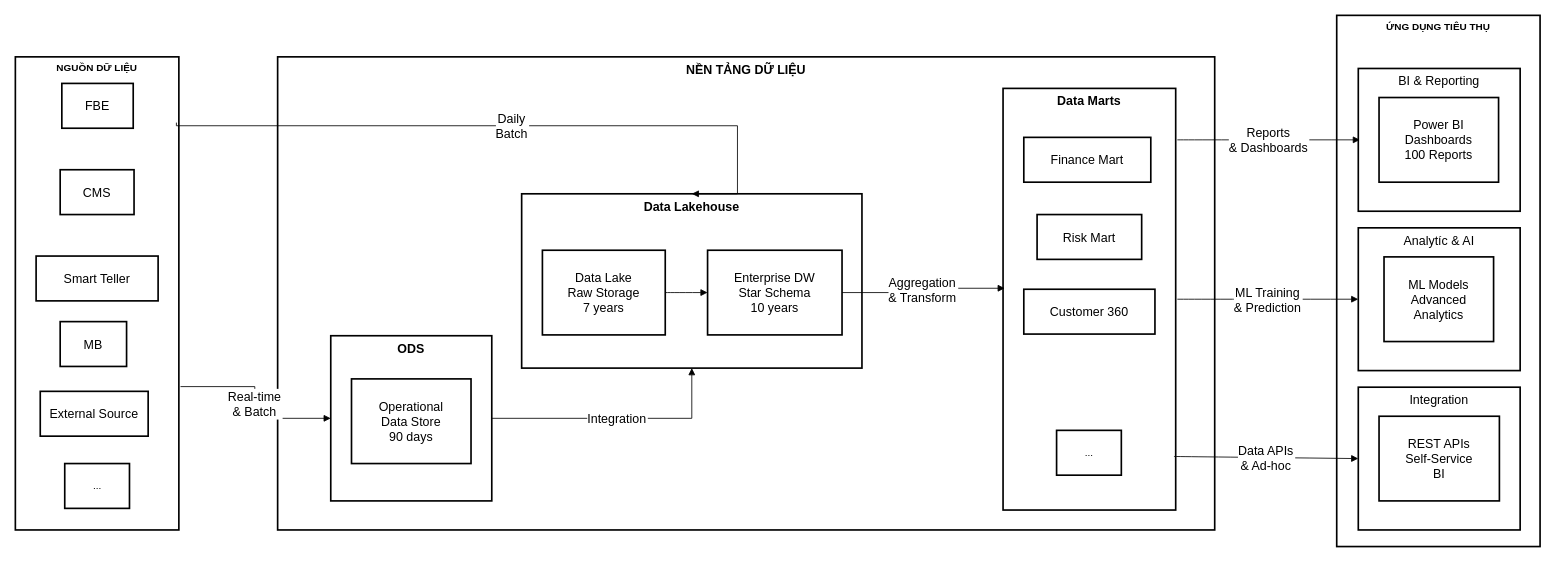
Above: Data Architechture.drawio in uyennt01/Project1 (draw.io), before the change. Source tidied: cells renumbered, new cells numbered last; positions are measured from the earlier drawing's top-left corner, leaving out a move shared by most shapes. Both pictures are drawn from the tidied source at 83%, with x=0, y=0 at pixel (15, 15).
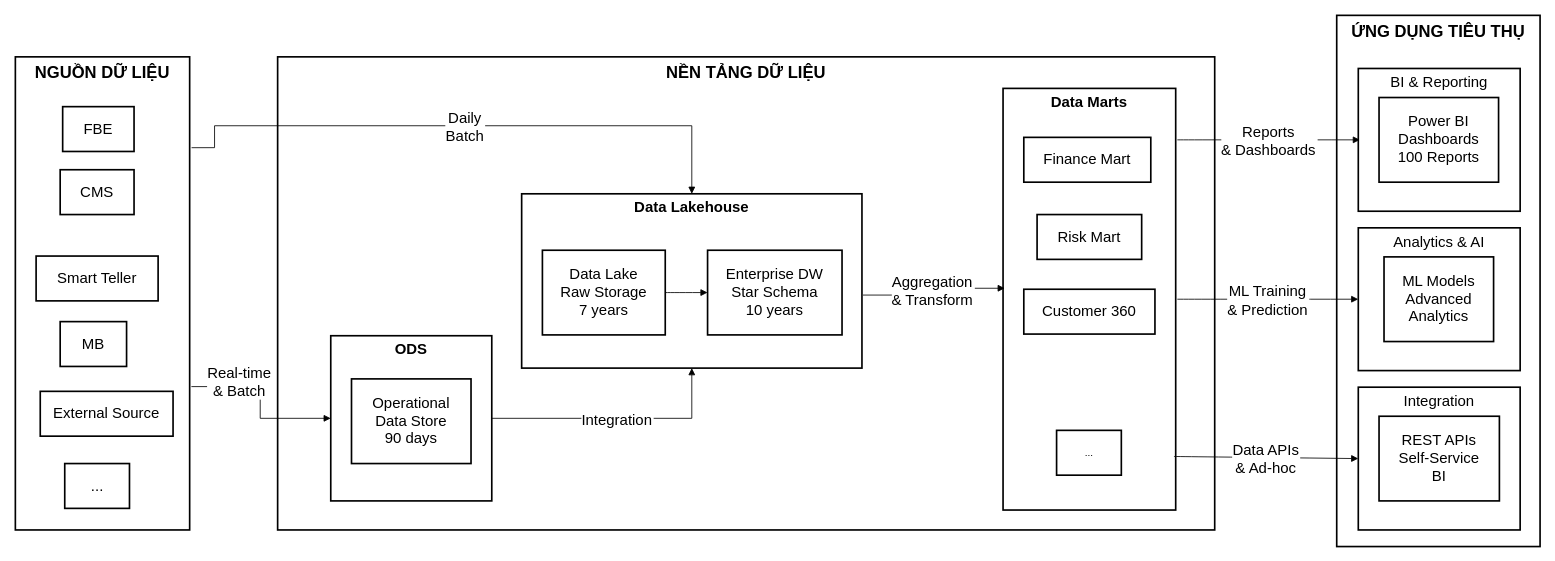
The same diagram, later.

Diff of the diagram source:
```diff
@@
-    <mxCell id="2" value="ỨNG DỤNG TIÊU THỤ" style="whiteSpace=wrap;strokeWidth=2;verticalAlign=top;fontStyle=1;" parent="1" vertex="1">
+    <mxCell id="2" value="ỨNG DỤNG TIÊU THỤ" style="whiteSpace=wrap;strokeWidth=2;verticalAlign=top;fontStyle=1;fontSize=20;" parent="1" vertex="1">
       <mxGeometry x="1592" width="245" height="640" as="geometry" />
     </mxCell>
-    <mxCell id="3" value="BI &amp; Reporting" style="whiteSpace=wrap;strokeWidth=2;verticalAlign=top;fontSize=15;" parent="1" vertex="1">
+    <mxCell id="3" value="BI &amp; Reporting" style="whiteSpace=wrap;strokeWidth=2;verticalAlign=top;fontSize=18;" parent="1" vertex="1">
       <mxGeometry x="1618" y="64" width="195" height="172" as="geometry" />
     </mxCell>
-    <mxCell id="4" value="Analytíc &amp; AI" style="whiteSpace=wrap;strokeWidth=2;verticalAlign=top;fontSize=15;" parent="1" vertex="1">
+    <mxCell id="4" value="Analytics &amp; AI" style="whiteSpace=wrap;strokeWidth=2;verticalAlign=top;fontSize=18;" parent="1" vertex="1">
       <mxGeometry x="1618" y="256" width="195" height="172" as="geometry" />
     </mxCell>
-    <mxCell id="5" value="Integration" style="whiteSpace=wrap;strokeWidth=2;verticalAlign=top;fontSize=15;" parent="1" vertex="1">
+    <mxCell id="5" value="Integration" style="whiteSpace=wrap;strokeWidth=2;verticalAlign=top;fontSize=18;" parent="1" vertex="1">
       <mxGeometry x="1618" y="448" width="195" height="172" as="geometry" />
     </mxCell>
-    <mxCell id="6" value="NỀN TẢNG DỮ LIỆU" style="whiteSpace=wrap;strokeWidth=2;verticalAlign=top;fontSize=15;fontStyle=1;" parent="1" vertex="1">
+    <mxCell id="6" value="NỀN TẢNG DỮ LIỆU" style="whiteSpace=wrap;strokeWidth=2;verticalAlign=top;fontSize=20;fontStyle=1;" parent="1" vertex="1">
       <mxGeometry x="316" y="50" width="1129" height="570" as="geometry" />
     </mxCell>
-    <mxCell id="7" value="Data Marts" style="whiteSpace=wrap;strokeWidth=2;verticalAlign=top;fontStyle=1;fontSize=15;" parent="1" vertex="1">
+    <mxCell id="7" value="Data Marts" style="whiteSpace=wrap;strokeWidth=2;verticalAlign=top;fontStyle=1;fontSize=18;" parent="1" vertex="1">
       <mxGeometry x="1190" y="88" width="208" height="508" as="geometry" />
     </mxCell>
-    <mxCell id="8" value="Data Lakehouse" style="whiteSpace=wrap;strokeWidth=2;verticalAlign=top;fontSize=15;fontStyle=1;" parent="1" vertex="1">
+    <mxCell id="8" value="Data Lakehouse" style="whiteSpace=wrap;strokeWidth=2;verticalAlign=top;fontSize=18;fontStyle=1;" parent="1" vertex="1">
       <mxGeometry x="610" y="215" width="410" height="210" as="geometry" />
     </mxCell>
-    <mxCell id="9" value="ODS" style="whiteSpace=wrap;strokeWidth=2;verticalAlign=top;fontSize=15;fontStyle=1;" parent="1" vertex="1">
+    <mxCell id="9" value="ODS" style="whiteSpace=wrap;strokeWidth=2;verticalAlign=top;fontSize=18;fontStyle=1;" parent="1" vertex="1">
       <mxGeometry x="380" y="386" width="194" height="199" as="geometry" />
     </mxCell>
-    <mxCell id="10" value="NGUỒN DỮ LIỆU" style="whiteSpace=wrap;strokeWidth=2;fontStyle=1;labelPosition=center;verticalLabelPosition=middle;align=center;verticalAlign=top;" parent="1" vertex="1">
-      <mxGeometry y="50" width="197" height="570" as="geometry" />
+    <mxCell id="10" value="NGUỒN DỮ LIỆU" style="whiteSpace=wrap;strokeWidth=2;fontStyle=1;labelPosition=center;verticalLabelPosition=middle;align=center;verticalAlign=top;fontSize=20;" parent="1" vertex="1">
+      <mxGeometry y="50" width="210" height="570" as="geometry" />
     </mxCell>
-    <mxCell id="11" value="FBE" style="whiteSpace=wrap;strokeWidth=2;fontSize=15;" parent="1" vertex="1">
-      <mxGeometry x="56" y="82" width="86" height="54" as="geometry" />
+    <mxCell id="11" value="FBE" style="whiteSpace=wrap;strokeWidth=2;fontSize=18;" parent="1" vertex="1">
+      <mxGeometry x="57" y="110" width="86" height="54" as="geometry" />
     </mxCell>
-    <mxCell id="12" value="CMS" style="whiteSpace=wrap;strokeWidth=2;fontSize=15;" parent="1" vertex="1">
+    <mxCell id="12" value="CMS" style="whiteSpace=wrap;strokeWidth=2;fontSize=18;" parent="1" vertex="1">
       <mxGeometry x="54" y="186" width="89" height="54" as="geometry" />
     </mxCell>
-    <mxCell id="13" value="Smart Teller" style="whiteSpace=wrap;strokeWidth=2;fontSize=15;" parent="1" vertex="1">
+    <mxCell id="13" value="Smart Teller" style="whiteSpace=wrap;strokeWidth=2;fontSize=18;" parent="1" vertex="1">
       <mxGeometry x="25" y="290" width="147" height="54" as="geometry" />
     </mxCell>
-    <mxCell id="14" value="MB" style="whiteSpace=wrap;strokeWidth=2;fontSize=15;" parent="1" vertex="1">
+    <mxCell id="14" value="MB" style="whiteSpace=wrap;strokeWidth=2;fontSize=18;" parent="1" vertex="1">
       <mxGeometry x="54" y="369" width="80" height="54" as="geometry" />
     </mxCell>
-    <mxCell id="15" value="..." style="whiteSpace=wrap;strokeWidth=2;" parent="1" vertex="1">
+    <mxCell id="15" value="..." style="whiteSpace=wrap;strokeWidth=2;fontSize=18;" parent="1" vertex="1">
       <mxGeometry x="59.5" y="540" width="78" height="54" as="geometry" />
     </mxCell>
-    <mxCell id="16" value="Operational&#10;Data Store&#10;90 days" style="whiteSpace=wrap;strokeWidth=2;fontSize=15;" parent="1" vertex="1">
+    <mxCell id="16" value="Operational&#10;Data Store&#10;90 days" style="whiteSpace=wrap;strokeWidth=2;fontSize=18;" parent="1" vertex="1">
       <mxGeometry x="405" y="438" width="144" height="102" as="geometry" />
     </mxCell>
-    <mxCell id="17" value="Data Lake&#10;Raw Storage&#10;7 years" style="whiteSpace=wrap;strokeWidth=2;fontSize=15;" parent="1" vertex="1">
+    <mxCell id="17" value="Data Lake&#10;Raw Storage&#10;7 years" style="whiteSpace=wrap;strokeWidth=2;fontSize=18;" parent="1" vertex="1">
       <mxGeometry x="635" y="283" width="148" height="102" as="geometry" />
     </mxCell>
-    <mxCell id="18" value="Enterprise DW&#10;Star Schema&#10;10 years" style="whiteSpace=wrap;strokeWidth=2;fontSize=15;" parent="1" vertex="1">
+    <mxCell id="18" value="Enterprise DW&#10;Star Schema&#10;10 years" style="whiteSpace=wrap;strokeWidth=2;fontSize=18;" parent="1" vertex="1">
       <mxGeometry x="834" y="283" width="162" height="102" as="geometry" />
     </mxCell>
-    <mxCell id="19" value="Customer 360" style="whiteSpace=wrap;strokeWidth=2;fontSize=15;" parent="1" vertex="1">
+    <mxCell id="19" value="Customer 360" style="whiteSpace=wrap;strokeWidth=2;fontSize=18;" parent="1" vertex="1">
       <mxGeometry x="1215" y="330" width="158" height="54" as="geometry" />
     </mxCell>
-    <mxCell id="20" value="Risk Mart" style="whiteSpace=wrap;strokeWidth=2;fontSize=15;" parent="1" vertex="1">
+    <mxCell id="20" value="Risk Mart" style="whiteSpace=wrap;strokeWidth=2;fontSize=18;" parent="1" vertex="1">
       <mxGeometry x="1231" y="240" width="126" height="54" as="geometry" />
     </mxCell>
-    <mxCell id="21" value="Finance Mart" style="whiteSpace=wrap;strokeWidth=2;fontSize=15;" parent="1" vertex="1">
+    <mxCell id="21" value="Finance Mart" style="whiteSpace=wrap;strokeWidth=2;fontSize=18;" parent="1" vertex="1">
       <mxGeometry x="1215" y="147" width="153" height="54" as="geometry" />
     </mxCell>
-    <mxCell id="22" value="REST APIs&#10;Self-Service&#10;BI" style="whiteSpace=wrap;strokeWidth=2;fontSize=15;" parent="1" vertex="1">
+    <mxCell id="22" value="REST APIs&#10;Self-Service&#10;BI" style="whiteSpace=wrap;strokeWidth=2;fontSize=18;" parent="1" vertex="1">
       <mxGeometry x="1643" y="483" width="145" height="102" as="geometry" />
     </mxCell>
-    <mxCell id="23" value="ML Models&#10;Advanced&#10;Analytics" style="whiteSpace=wrap;strokeWidth=2;fontSize=15;" parent="1" vertex="1">
+    <mxCell id="23" value="ML Models&#10;Advanced&#10;Analytics" style="whiteSpace=wrap;strokeWidth=2;fontSize=18;" parent="1" vertex="1">
       <mxGeometry x="1649" y="291" width="132" height="102" as="geometry" />
     </mxCell>
-    <mxCell id="24" value="Power BI&#10;Dashboards&#10;100 Reports" style="whiteSpace=wrap;strokeWidth=2;fontSize=15;" parent="1" vertex="1">
+    <mxCell id="24" value="Power BI&#10;Dashboards&#10;100 Reports" style="whiteSpace=wrap;strokeWidth=2;fontSize=18;" parent="1" vertex="1">
       <mxGeometry x="1643" y="99" width="144" height="102" as="geometry" />
     </mxCell>
-    <mxCell id="25" value="Daily&#10;Batch" style="startArrow=none;endArrow=block;exitX=0.985;exitY=0.139;entryX=0.5;entryY=0;rounded=0;exitDx=0;exitDy=0;exitPerimeter=0;fontSize=15;edgeStyle=orthogonalEdgeStyle;entryDx=0;entryDy=0;" parent="1" edge="1" source="10" target="8">
+    <mxCell id="25" value="Daily&#10;Batch" style="startArrow=none;endArrow=block;rounded=0;fontSize=18;edgeStyle=orthogonalEdgeStyle;entryX=0.5;entryY=0;entryDx=0;entryDy=0;exitX=1.011;exitY=0.192;exitDx=0;exitDy=0;exitPerimeter=0;" parent="1" edge="1" source="10" target="8">
       <mxGeometry relative="1" as="geometry">
         <Array as="points">
-          <mxPoint x="870" y="133" />
+          <mxPoint x="240" y="159" />
+          <mxPoint x="240" y="133" />
+          <mxPoint x="815" y="133" />
         </Array>
       </mxGeometry>
     </mxCell>
-    <mxCell id="26" value="Real-time&#10;&amp; Batch" style="startArrow=none;endArrow=block;entryX=0;entryY=0.5;rounded=0;exitX=1.01;exitY=0.697;exitDx=0;exitDy=0;exitPerimeter=0;fontSize=15;edgeStyle=orthogonalEdgeStyle;entryDx=0;entryDy=0;" parent="1" edge="1" source="10" target="9">
-      <mxGeometry relative="1" as="geometry" />
+    <mxCell id="26" value="Real-time&#10;&amp; Batch" style="startArrow=none;endArrow=block;entryX=0;entryY=0.5;rounded=0;exitX=1.01;exitY=0.697;exitDx=0;exitDy=0;exitPerimeter=0;fontSize=18;edgeStyle=orthogonalEdgeStyle;entryDx=0;entryDy=0;" parent="1" edge="1" source="10" target="9">
+      <mxGeometry x="-0.44" y="7" relative="1" as="geometry" />
     </mxCell>
-    <mxCell id="27" value="Integration" style="startArrow=none;endArrow=block;exitX=1;exitY=0.5;entryX=0.5;entryY=1;rounded=0;fontSize=15;exitDx=0;exitDy=0;edgeStyle=orthogonalEdgeStyle;entryDx=0;entryDy=0;" parent="1" edge="1" source="9" target="8">
+    <mxCell id="27" value="Integration" style="startArrow=none;endArrow=block;exitX=1;exitY=0.5;entryX=0.5;entryY=1;rounded=0;fontSize=18;exitDx=0;exitDy=0;edgeStyle=orthogonalEdgeStyle;entryDx=0;entryDy=0;" parent="1" edge="1" source="9" target="8">
       <mxGeometry relative="1" as="geometry" />
     </mxCell>
@@
-    <mxCell id="29" value="Aggregation&#10;&amp; Transform" style="startArrow=none;endArrow=block;exitX=1;exitY=0.5;rounded=0;exitDx=0;exitDy=0;edgeStyle=orthogonalEdgeStyle;fontSize=15;entryX=0.01;entryY=0.474;entryDx=0;entryDy=0;entryPerimeter=0;" parent="1" edge="1" source="18" target="7">
+    <mxCell id="29" value="Aggregation&#10;&amp; Transform" style="startArrow=none;endArrow=block;rounded=0;edgeStyle=orthogonalEdgeStyle;fontSize=18;entryX=0.01;entryY=0.474;entryDx=0;entryDy=0;entryPerimeter=0;exitX=1.003;exitY=0.581;exitDx=0;exitDy=0;exitPerimeter=0;" parent="1" edge="1" source="8" target="7">
       <mxGeometry relative="1" as="geometry" />
     </mxCell>
-    <mxCell id="30" value="Data APIs&#10;&amp; Ad-hoc" style="curved=1;startArrow=none;endArrow=block;rounded=0;fontSize=15;exitX=0.99;exitY=0.873;exitDx=0;exitDy=0;exitPerimeter=0;entryX=0;entryY=0.5;entryDx=0;entryDy=0;" parent="1" edge="1" source="7" target="5">
+    <mxCell id="30" value="Data APIs&#10;&amp; Ad-hoc" style="curved=1;startArrow=none;endArrow=block;rounded=0;fontSize=18;exitX=0.99;exitY=0.873;exitDx=0;exitDy=0;exitPerimeter=0;entryX=0;entryY=0.5;entryDx=0;entryDy=0;" parent="1" edge="1" source="7" target="5">
       <mxGeometry relative="1" as="geometry" />
     </mxCell>
-    <mxCell id="31" value="ML Training&#10;&amp; Prediction" style="curved=1;startArrow=none;endArrow=block;rounded=0;fontSize=15;entryX=0;entryY=0.5;entryDx=0;entryDy=0;" parent="1" edge="1" target="4">
+    <mxCell id="31" value="ML Training&#10;&amp; Prediction" style="curved=1;startArrow=none;endArrow=block;rounded=0;fontSize=18;entryX=0;entryY=0.5;entryDx=0;entryDy=0;" parent="1" edge="1" target="4">
       <mxGeometry relative="1" as="geometry">
         <mxPoint x="1400" y="342" as="sourcePoint" />
       </mxGeometry>
     </mxCell>
-    <mxCell id="32" value="Reports&#10;&amp; Dashboards" style="curved=1;startArrow=none;endArrow=block;rounded=0;fontSize=15;" parent="1" edge="1">
+    <mxCell id="32" value="Reports&#10;&amp; Dashboards" style="curved=1;startArrow=none;endArrow=block;rounded=0;fontSize=18;" parent="1" edge="1">
       <mxGeometry relative="1" as="geometry">
         <mxPoint x="1400" y="150" as="sourcePoint" />
         <mxPoint x="1620" y="150" as="targetPoint" />
       </mxGeometry>
     </mxCell>
-    <mxCell id="33" value="External Source" style="whiteSpace=wrap;strokeWidth=2;fontSize=15;" parent="1" vertex="1">
-      <mxGeometry x="30" y="453" width="130" height="54" as="geometry" />
+    <mxCell id="33" value="External Source" style="whiteSpace=wrap;strokeWidth=2;fontSize=18;" parent="1" vertex="1">
+      <mxGeometry x="30" y="453" width="160" height="54" as="geometry" />
     </mxCell>
```
